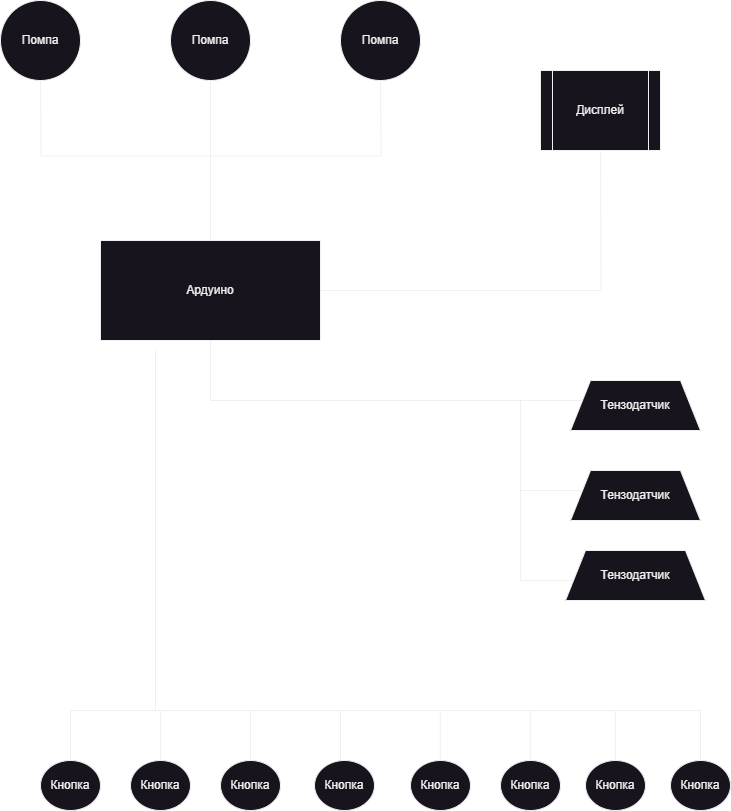
The draw.io diagram Электрическая_Схема.png in uncIefedorrr/project_limonade, before a commit. Source tidied: cells renumbered, new cells last; positions are measured from the earlier drawing's top-left corner, leaving out a move shared by most shapes.
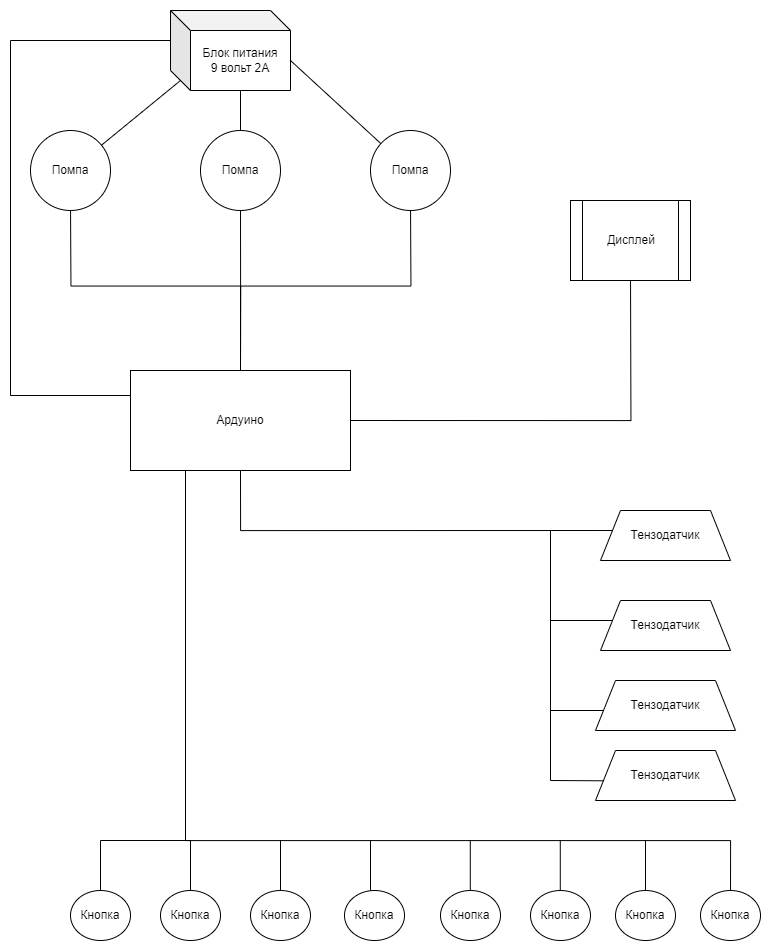
Later version of the same file.

What changed in the source:
```diff
@@ -30,9 +30,8 @@
         </Array>
       </mxGeometry>
     </mxCell>
-    <mxCell id="7" style="edgeStyle=orthogonalEdgeStyle;rounded=0;orthogonalLoop=1;jettySize=auto;html=1;exitX=0.25;exitY=1;exitDx=0;exitDy=0;" parent="1" edge="1">
+    <mxCell id="7" style="edgeStyle=orthogonalEdgeStyle;rounded=0;jettySize=auto;html=1;exitX=0.25;exitY=1;exitDx=0;exitDy=0;" parent="1" edge="1" source="8">
       <mxGeometry relative="1" as="geometry">
-        <mxPoint x="155" y="350" as="sourcePoint" />
         <mxPoint x="700" y="770" as="targetPoint" />
         <Array as="points">
           <mxPoint x="155" y="710" />
@@ -161,5 +160,39 @@
         <mxPoint x="70" y="710" as="targetPoint" />
       </mxGeometry>
     </mxCell>
+    <mxCell id="38" value="Тензодатчик" style="shape=trapezoid;perimeter=trapezoidPerimeter;whiteSpace=wrap;html=1;fixedSize=1;" parent="1" vertex="1">
+      <mxGeometry x="565" y="620" width="140" height="50" as="geometry" />
+    </mxCell>
+    <mxCell id="39" style="endArrow=none;html=1;rounded=0;" parent="1" edge="1">
+      <mxGeometry relative="1" as="geometry">
+        <mxPoint x="520" y="650" as="sourcePoint" />
+        <mxPoint x="520" y="580" as="targetPoint" />
+      </mxGeometry>
+    </mxCell>
+    <mxCell id="40" style="endArrow=none;html=1;rounded=0;entryX=0.059;entryY=0.606;entryDx=0;entryDy=0;entryPerimeter=0;" parent="1" edge="1" target="38">
+      <mxGeometry relative="1" as="geometry">
+        <mxPoint x="520" y="650" as="sourcePoint" />
+      </mxGeometry>
+    </mxCell>
+    <mxCell id="41" value="Блок питания&lt;br&gt;9 вольт 2А" style="shape=cube;whiteSpace=wrap;html=1;boundedLbl=1;backgroundOutline=1;darkOpacity=0.05;darkOpacity2=0.1;" parent="1" vertex="1">
+      <mxGeometry x="140" y="-120" width="120" height="80" as="geometry" />
+    </mxCell>
+    <mxCell id="42" style="endArrow=none;html=1;rounded=0;exitX=0;exitY=0;exitDx=10;exitDy=70;exitPerimeter=0;" parent="1" edge="1" source="41" target="11">
+      <mxGeometry relative="1" as="geometry" />
+    </mxCell>
+    <mxCell id="43" style="endArrow=none;html=1;rounded=0;entryX=0.5;entryY=0;entryDx=0;entryDy=0;exitX=0;exitY=0;exitDx=70;exitDy=80;exitPerimeter=0;" parent="1" edge="1" source="41" target="12">
+      <mxGeometry relative="1" as="geometry" />
+    </mxCell>
+    <mxCell id="44" style="endArrow=none;html=1;rounded=0;exitX=0;exitY=0;exitDx=120;exitDy=50;exitPerimeter=0;" parent="1" edge="1" source="41" target="10">
+      <mxGeometry relative="1" as="geometry" />
+    </mxCell>
+    <mxCell id="45" style="endArrow=none;html=1;rounded=0;exitX=0;exitY=0.25;exitDx=0;exitDy=0;entryX=0;entryY=0;entryDx=0;entryDy=30;entryPerimeter=0;" parent="1" edge="1" source="8" target="41">
+      <mxGeometry relative="1" as="geometry">
+        <Array as="points">
+          <mxPoint x="-20" y="265" />
+          <mxPoint x="-20" y="-90" />
+        </Array>
+      </mxGeometry>
+    </mxCell>
   </root>
 </mxGraphModel>
```
